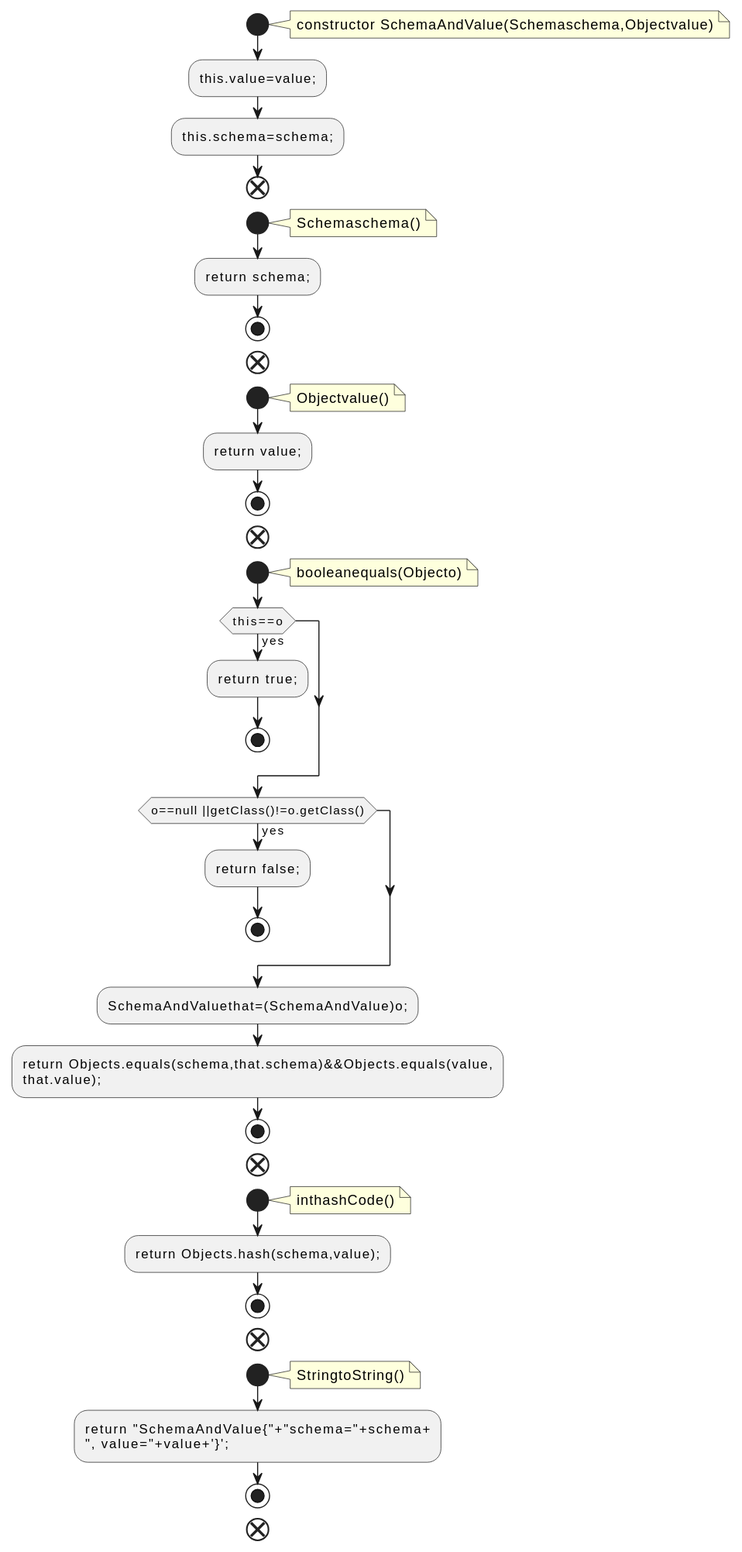
This is docs/qc/connect/api/src/main/java/org/apache/kafka/connect/data/SchemaAndValue.java.fct.svg from qualitesys/kafka, a PlantUML export, as it was before one commit.
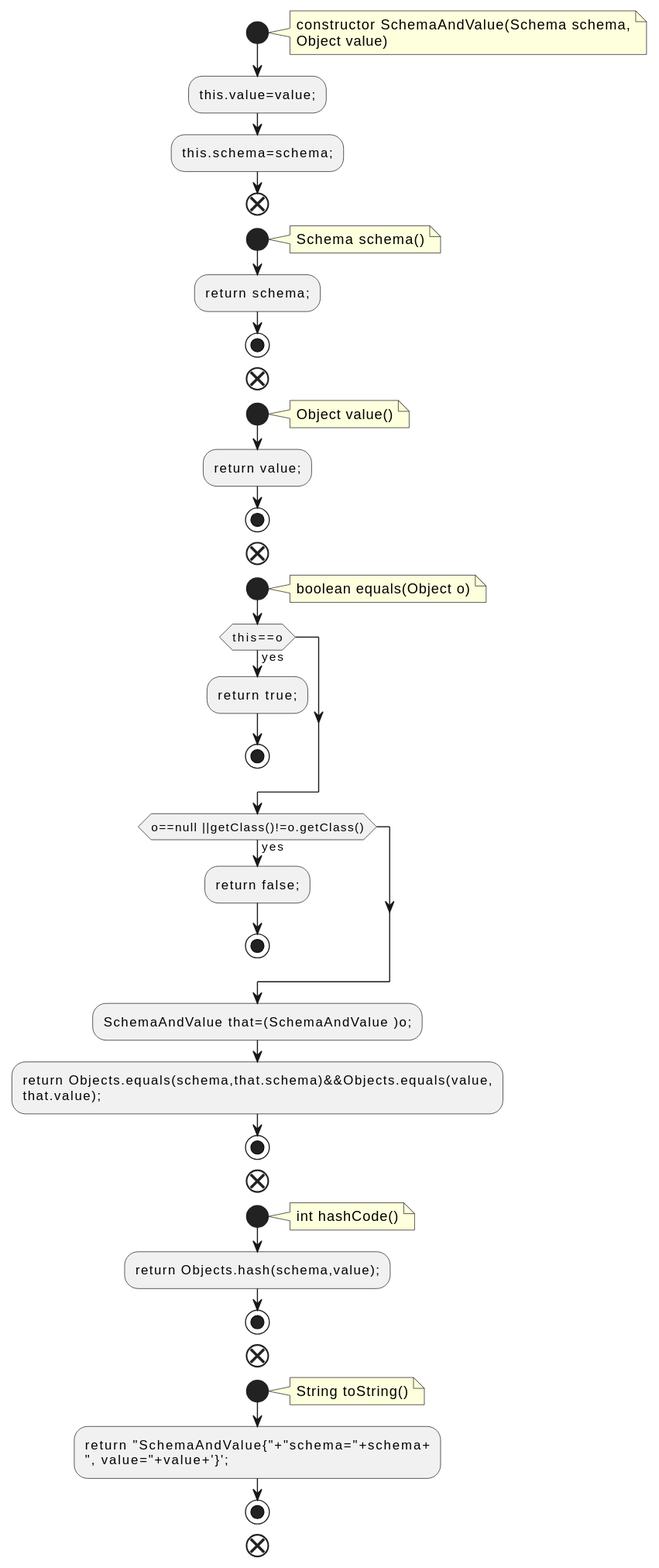
After the commit.

Change to the diagram source:
```diff
@@ -2,28 +2,29 @@
 !pragma layout smetana
 start
 note right
-constructor SchemaAndValue(Schemaschema,Objectvalue)
+constructor SchemaAndValue(Schema schema,
+Object value)
 end note
 :this.value=value;;
 :this.schema=schema;;
 end
 start
 note right
-Schemaschema()
+Schema schema()
 end note
 :return schema;;
 stop
 end
 start
 note right
-Objectvalue()
+Object value()
 end note
 :return value;;
 stop
 end
 start
 note right
-booleanequals(Objecto)
+boolean equals(Object o)
 end note
 if (this==o) then (yes)
 :return true;;
@@ -33,21 +34,21 @@
 :return false;;
 stop
 endif
-:SchemaAndValuethat=(SchemaAndValue)o;;
+:SchemaAndValue that=(SchemaAndValue )o;;
 :return Objects.equals(schema,that.schema)&&Objects.equals(value,
 that.value);;
 stop
 end
 start
 note right
-inthashCode()
+int hashCode()
 end note
 :return Objects.hash(schema,value);;
 stop
 end
 start
 note right
-StringtoString()
+String toString()
 end note
 :return "SchemaAndValue{"+"schema="+schema+
 ", value="+value+'}';;
```
